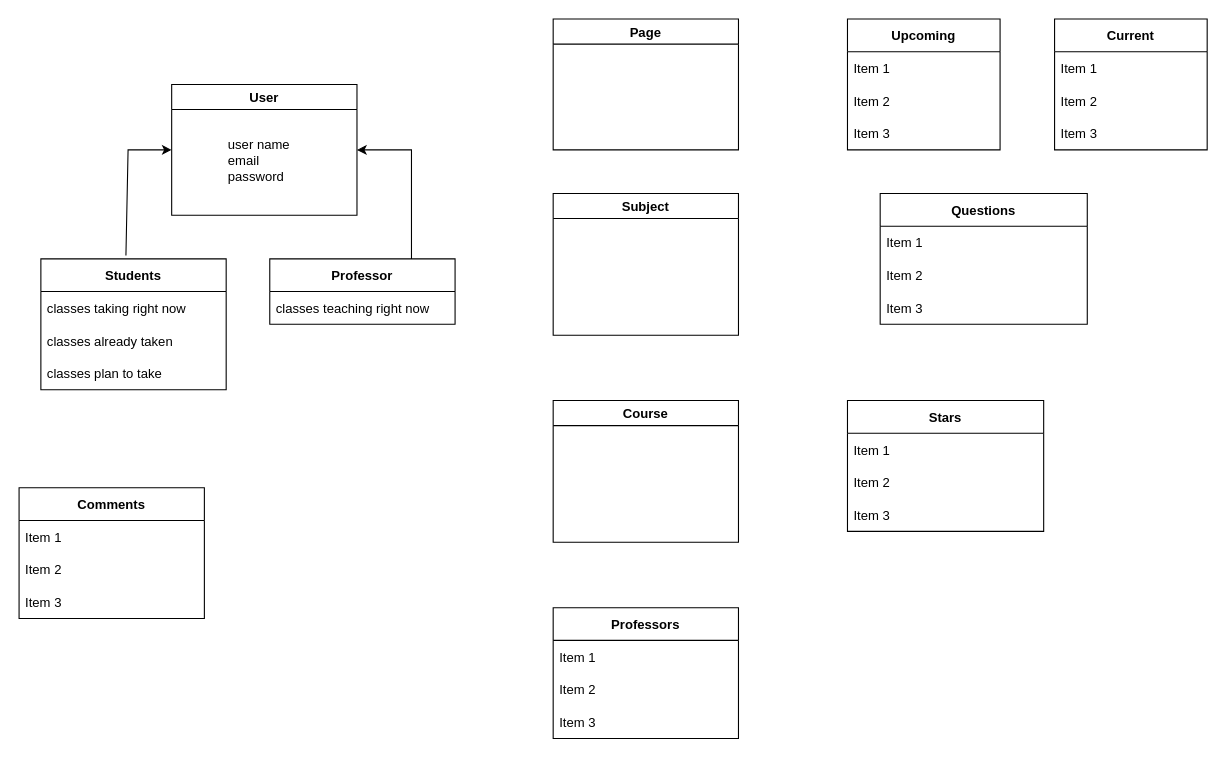
Above: Domain Model.drawio in I-Dont-Want-An-F/Project (draw.io), before the change. Source tidied: cells renumbered, new cells numbered last; positions are measured from the earlier drawing's top-left corner, leaving out a move shared by most shapes. Both pictures are drawn from the tidied source at 109%, with x=0, y=0 at pixel (19, 19).
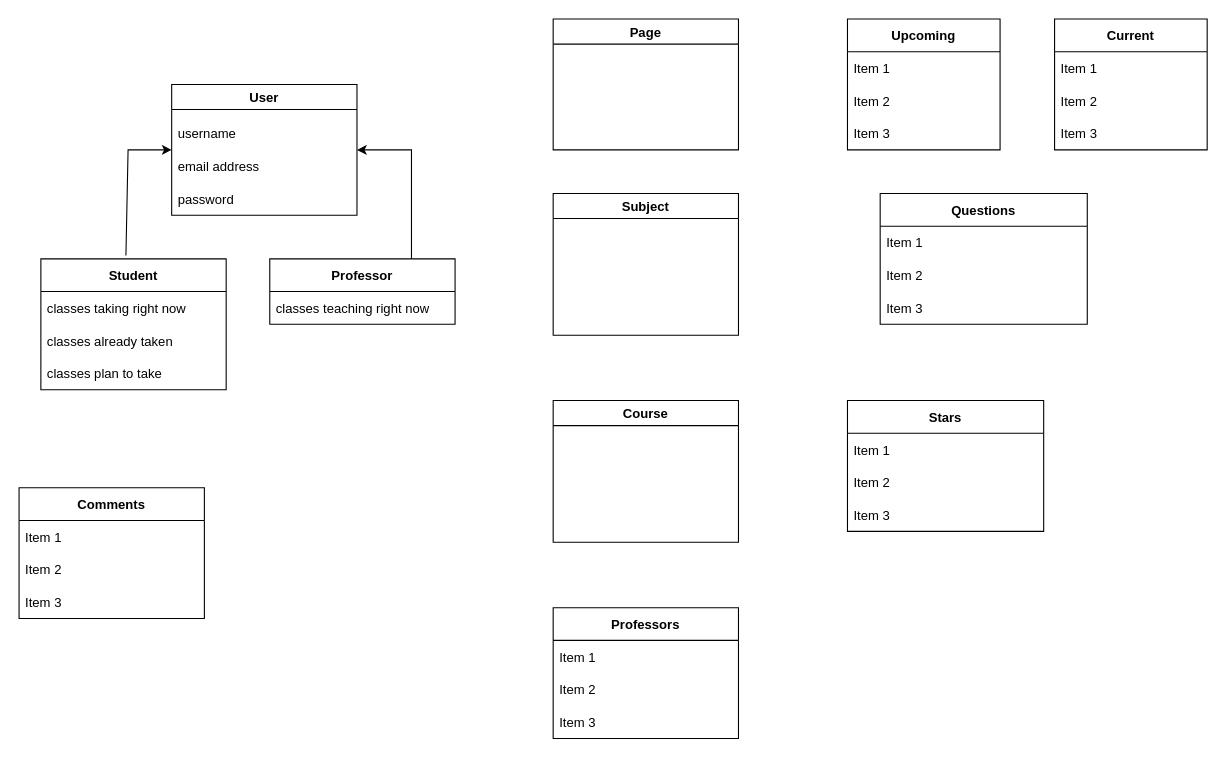
After the change.

Unchanged cells that the change refers to:
```xml
<mxCell id="2" value="User" style="swimlane;" parent="1" vertex="1">
  <mxGeometry x="140" y="60" width="170" height="120" as="geometry" />
</mxCell>
```

The edit, as a diff of the source:
```diff
@@
-    <mxCell id="3" value="user name&lt;br&gt;email&lt;br&gt;password" style="text;html=1;align=left;verticalAlign=middle;strokeColor=none;fillColor=none;" parent="2" vertex="1">
-      <mxGeometry x="50" y="40" width="80" height="60" as="geometry" />
-    </mxCell>
+    <mxCell id="39" value="username" style="text;strokeColor=none;fillColor=none;align=left;verticalAlign=middle;spacingLeft=4;spacingRight=4;overflow=hidden;" parent="2" vertex="1">
+      <mxGeometry y="30" width="80" height="30" as="geometry" />
+    </mxCell>
+    <mxCell id="40" value="email address" style="text;strokeColor=none;fillColor=none;align=left;verticalAlign=middle;spacingLeft=4;spacingRight=4;overflow=hidden;" parent="2" vertex="1">
+      <mxGeometry y="60" width="100" height="30" as="geometry" />
+    </mxCell>
+    <mxCell id="41" value="password" style="text;strokeColor=none;fillColor=none;align=left;verticalAlign=middle;spacingLeft=4;spacingRight=4;overflow=hidden;" parent="2" vertex="1">
+      <mxGeometry y="90" width="100" height="30" as="geometry" />
+    </mxCell>
@@
-    <mxCell id="6" value="Students" style="swimlane;fontStyle=1;horizontal=1;startSize=30;" parent="1" vertex="1">
+    <mxCell id="6" value="Student" style="swimlane;fontStyle=1;horizontal=1;startSize=30;" parent="1" vertex="1">
       <mxGeometry x="20" y="220" width="170" height="120" as="geometry" />
     </mxCell>
```
